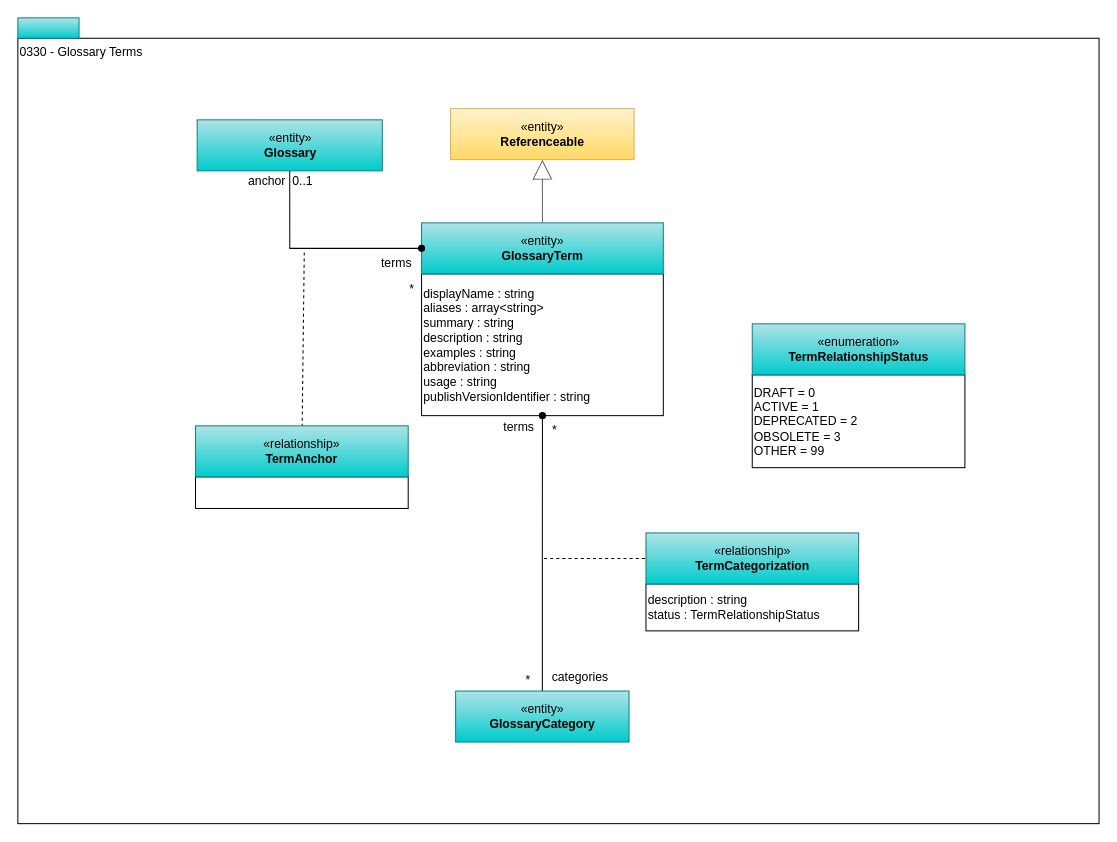
Earlier version of the draw.io diagram page "0330-Terms" (4 of 13) of site/docs/types/3/area-3-glossary.drawio (odpi/egeria-docs). Source tidied: cells renumbered, new cells numbered last; positions are measured from the earlier drawing's top-left corner, leaving out a move shared by most shapes. Both pictures are drawn from the tidied source at 102%, with x=0, y=0 at pixel (17, 17).
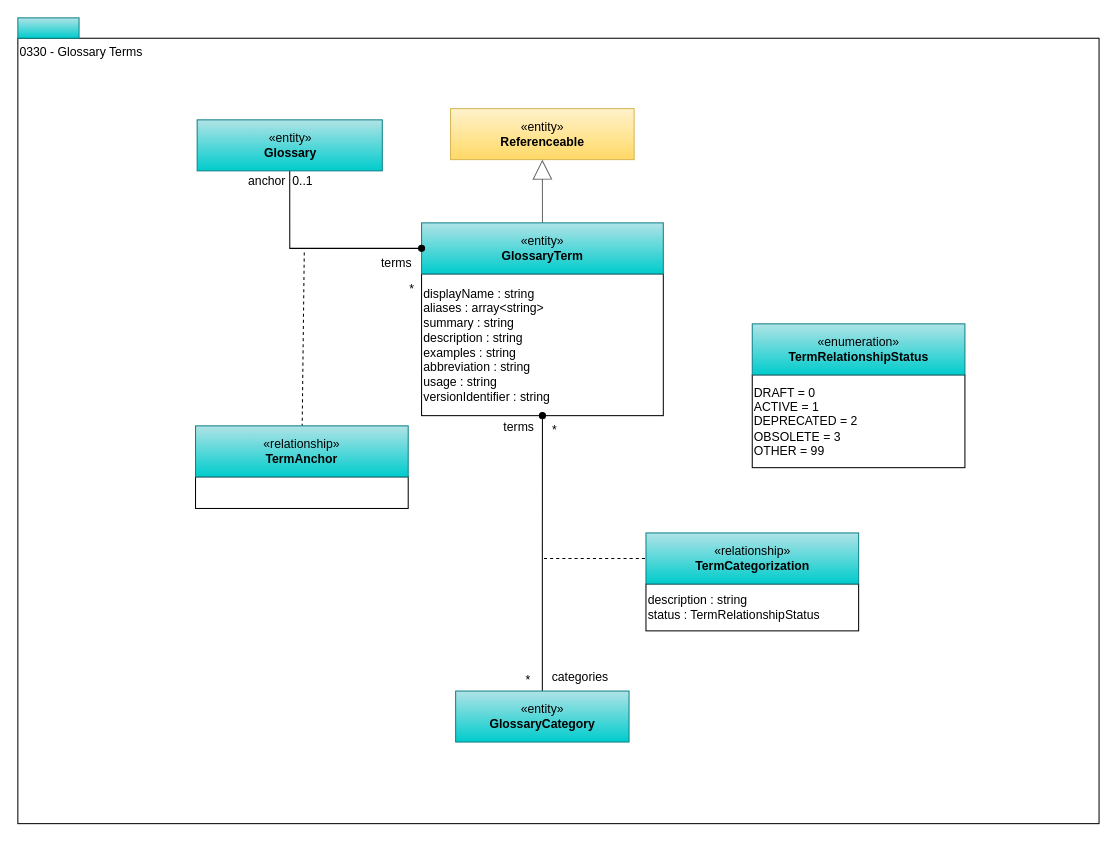
Above is the later version.

What changed in the source:
```diff
@@
-    <mxCell id="4" value="displayName : string&lt;div&gt;aliases : array&amp;lt;string&amp;gt;&lt;br&gt;summary : string&lt;br&gt;description : string&lt;br&gt;examples : string&lt;br&gt;abbreviation : string&lt;br&gt;usage : string&lt;br&gt;publishVersionIdentifier : string&lt;/div&gt;" style="rounded=0;whiteSpace=wrap;html=1;strokeColor=#000000;gradientColor=#ffffff;align=left;" parent="1" vertex="1">
+    <mxCell id="4" value="displayName : string&lt;div&gt;aliases : array&amp;lt;string&amp;gt;&lt;br&gt;summary : string&lt;br&gt;description : string&lt;br&gt;examples : string&lt;br&gt;abbreviation : string&lt;br&gt;usage : string&lt;br&gt;versionIdentifier : string&lt;/div&gt;" style="rounded=0;whiteSpace=wrap;html=1;strokeColor=#000000;gradientColor=#ffffff;align=left;" parent="1" vertex="1">
       <mxGeometry x="395.8" y="251" width="237" height="139" as="geometry" />
     </mxCell>
```
